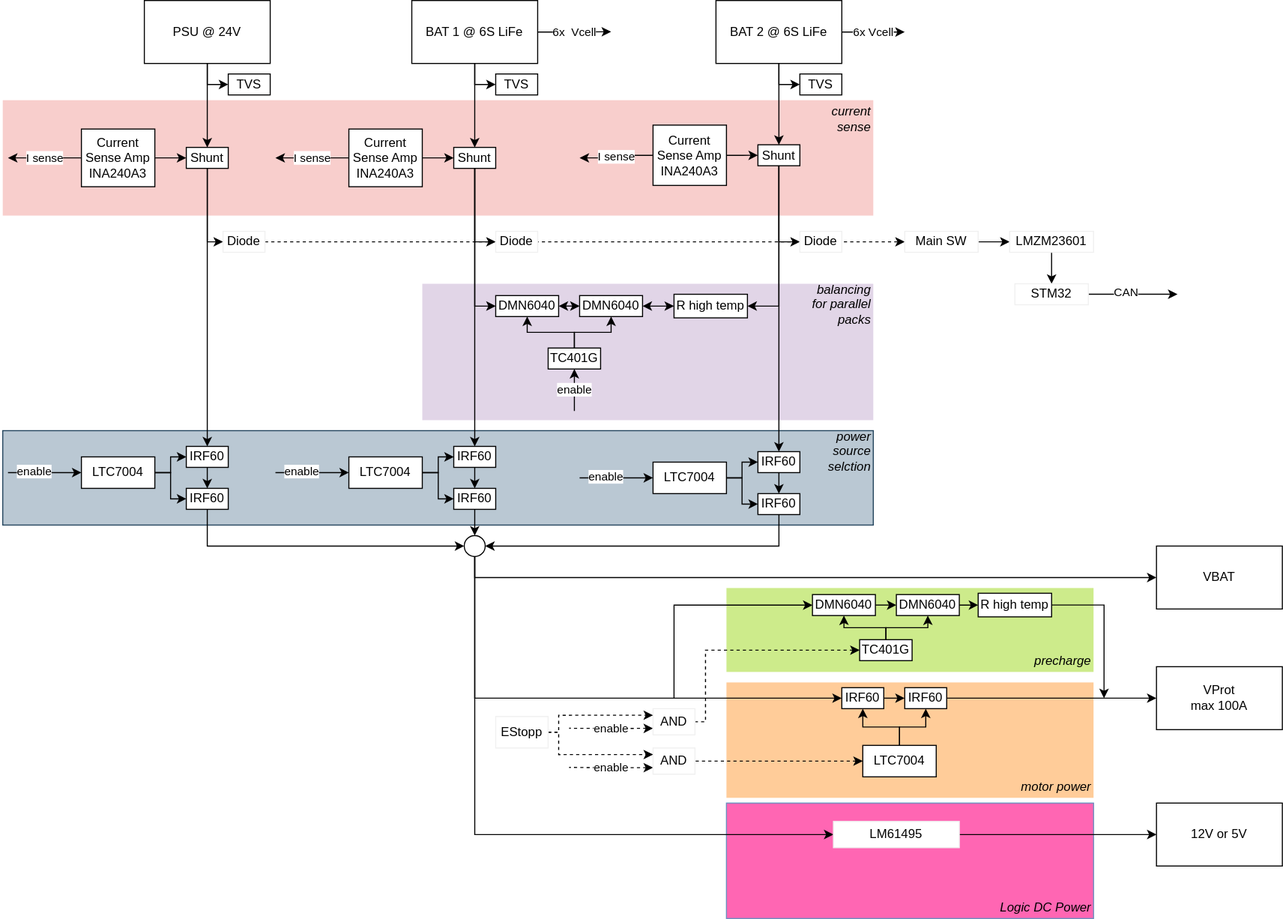
Before: conceptual.drawio.svg, a diagram exported from draw.io (hshose/VS-PDB). Source tidied: cells renumbered, new cells last; positions are measured from the earlier drawing's top-left corner, leaving out a move shared by most shapes.
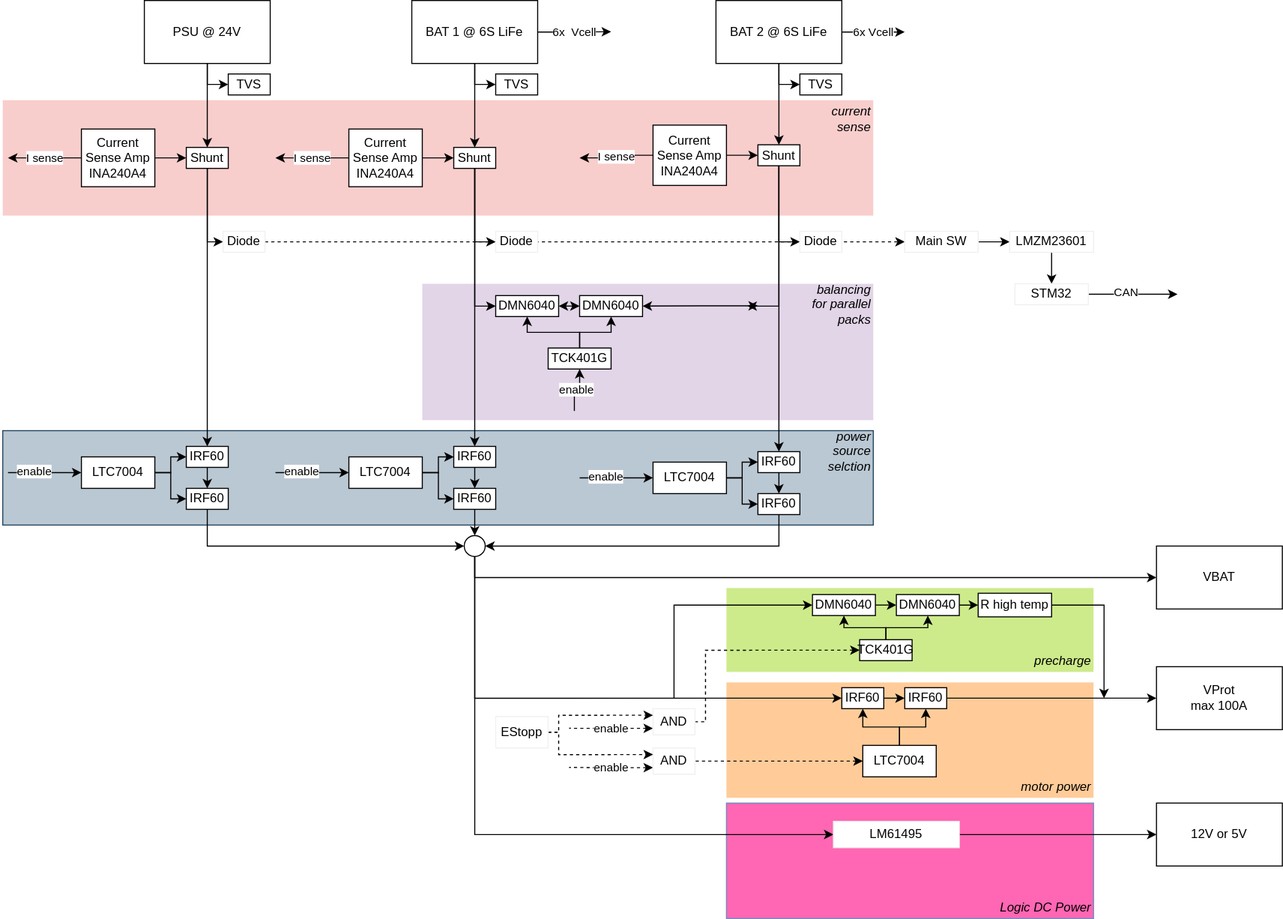
After the change.

Commit message:
wip schematics dcdc out

What changed in the source:
```diff
@@ -94,8 +94,10 @@
     <mxCell id="29" style="edgeStyle=orthogonalEdgeStyle;rounded=0;html=1;" parent="1" edge="1" source="32" target="25">
       <mxGeometry relative="1" as="geometry" />
     </mxCell>
-    <mxCell id="30" style="edgeStyle=orthogonalEdgeStyle;rounded=0;html=1;entryX=1;entryY=0.5;entryDx=0;entryDy=0;startArrow=classic;startFill=1;endArrow=classic;endFill=1;" parent="1" edge="1" source="64" target="42">
-      <mxGeometry relative="1" as="geometry" />
+    <mxCell id="30" style="edgeStyle=orthogonalEdgeStyle;rounded=0;html=1;entryX=1;entryY=0.5;entryDx=0;entryDy=0;startArrow=classic;startFill=1;endArrow=classic;endFill=1;" parent="1" edge="1" target="42">
+      <mxGeometry relative="1" as="geometry">
+        <mxPoint x="720" y="291" as="sourcePoint" />
+      </mxGeometry>
     </mxCell>
     <mxCell id="31" style="edgeStyle=orthogonalEdgeStyle;rounded=0;html=1;entryX=0;entryY=0.5;entryDx=0;entryDy=0;startArrow=none;startFill=0;endArrow=classic;endFill=1;" parent="1" edge="1" source="32" target="108">
       <mxGeometry relative="1" as="geometry" />
@@ -111,7 +113,7 @@
         <mxPoint x="550" y="150" as="targetPoint" />
       </mxGeometry>
     </mxCell>
-    <mxCell id="35" value="Current Sense Amp INA240A3" style="rounded=0;whiteSpace=wrap;html=1;" parent="1" vertex="1">
+    <mxCell id="35" value="Current Sense Amp INA240A4" style="rounded=0;whiteSpace=wrap;html=1;" parent="1" vertex="1">
       <mxGeometry x="620" y="118.8" width="70" height="57.5" as="geometry" />
     </mxCell>
     <mxCell id="36" style="edgeStyle=orthogonalEdgeStyle;rounded=0;html=1;startArrow=none;startFill=0;endArrow=classic;endFill=1;" parent="1" edge="1" source="39" target="42">
@@ -125,8 +127,8 @@
         <mxPoint x="545" y="391.2" as="targetPoint" />
       </mxGeometry>
     </mxCell>
-    <mxCell id="39" value="TC401G" style="rounded=0;whiteSpace=wrap;html=1;" parent="1" vertex="1">
-      <mxGeometry x="520" y="331.2" width="50" height="20" as="geometry" />
+    <mxCell id="39" value="TCK401G" style="rounded=0;whiteSpace=wrap;html=1;" parent="1" vertex="1">
+      <mxGeometry x="520" y="331.2" width="60" height="20" as="geometry" />
     </mxCell>
     <mxCell id="40" style="edgeStyle=orthogonalEdgeStyle;rounded=0;html=1;entryX=0;entryY=0.5;entryDx=0;entryDy=0;startArrow=classic;startFill=1;endArrow=classic;endFill=1;" parent="1" edge="1" source="41" target="42">
       <mxGeometry relative="1" as="geometry" />
@@ -207,14 +209,12 @@
         <mxPoint x="260" y="150" as="targetPoint" />
       </mxGeometry>
     </mxCell>
-    <mxCell id="63" value="Current Sense Amp INA240A3" style="rounded=0;whiteSpace=wrap;html=1;" parent="1" vertex="1">
+    <mxCell id="63" value="Current Sense Amp INA240A4" style="rounded=0;whiteSpace=wrap;html=1;" parent="1" vertex="1">
       <mxGeometry x="330" y="122.5" width="70" height="55" as="geometry" />
     </mxCell>
-    <mxCell id="64" value="R high temp" style="rounded=0;whiteSpace=wrap;html=1;" parent="1" vertex="1">
-      <mxGeometry x="640" y="280" width="70" height="22.5" as="geometry" />
-    </mxCell>
-    <mxCell id="65" style="edgeStyle=orthogonalEdgeStyle;rounded=0;html=1;entryX=1;entryY=0.5;entryDx=0;entryDy=0;startArrow=none;startFill=0;endArrow=classic;endFill=1;" parent="1" edge="1" source="32" target="64">
+    <mxCell id="65" style="edgeStyle=orthogonalEdgeStyle;rounded=0;html=1;entryX=1;entryY=0.5;entryDx=0;entryDy=0;startArrow=none;startFill=0;endArrow=classic;endFill=1;" parent="1" edge="1" source="32">
       <mxGeometry relative="1" as="geometry">
+        <mxPoint x="710" y="291.2" as="targetPoint" />
         <Array as="points">
           <mxPoint x="740" y="291" />
         </Array>
@@ -261,7 +261,7 @@
         <mxPoint x="5" y="150" as="targetPoint" />
       </mxGeometry>
     </mxCell>
-    <mxCell id="75" value="Current Sense Amp INA240A3" style="rounded=0;whiteSpace=wrap;html=1;" parent="1" vertex="1">
+    <mxCell id="75" value="Current Sense Amp INA240A4" style="rounded=0;whiteSpace=wrap;html=1;" parent="1" vertex="1">
       <mxGeometry x="75" y="122.5" width="70" height="55" as="geometry" />
     </mxCell>
     <mxCell id="76" style="edgeStyle=elbowEdgeStyle;html=1;rounded=0;" parent="1" edge="1" source="80" target="82">
@@ -335,7 +335,7 @@
     <mxCell id="95" style="edgeStyle=orthogonalEdgeStyle;rounded=0;html=1;entryX=0.5;entryY=1;entryDx=0;entryDy=0;startArrow=none;startFill=0;endArrow=classic;endFill=1;" parent="1" edge="1" source="96" target="99">
       <mxGeometry relative="1" as="geometry" />
     </mxCell>
-    <mxCell id="96" value="TC401G" style="rounded=0;whiteSpace=wrap;html=1;" parent="1" vertex="1">
+    <mxCell id="96" value="TCK401G" style="rounded=0;whiteSpace=wrap;html=1;" parent="1" vertex="1">
       <mxGeometry x="817" y="609.2" width="50" height="20" as="geometry" />
     </mxCell>
     <mxCell id="97" style="edgeStyle=orthogonalEdgeStyle;rounded=0;html=1;entryX=0;entryY=0.5;entryDx=0;entryDy=0;startArrow=none;startFill=0;endArrow=classic;endFill=1;" parent="1" edge="1" source="99" target="101">
```
